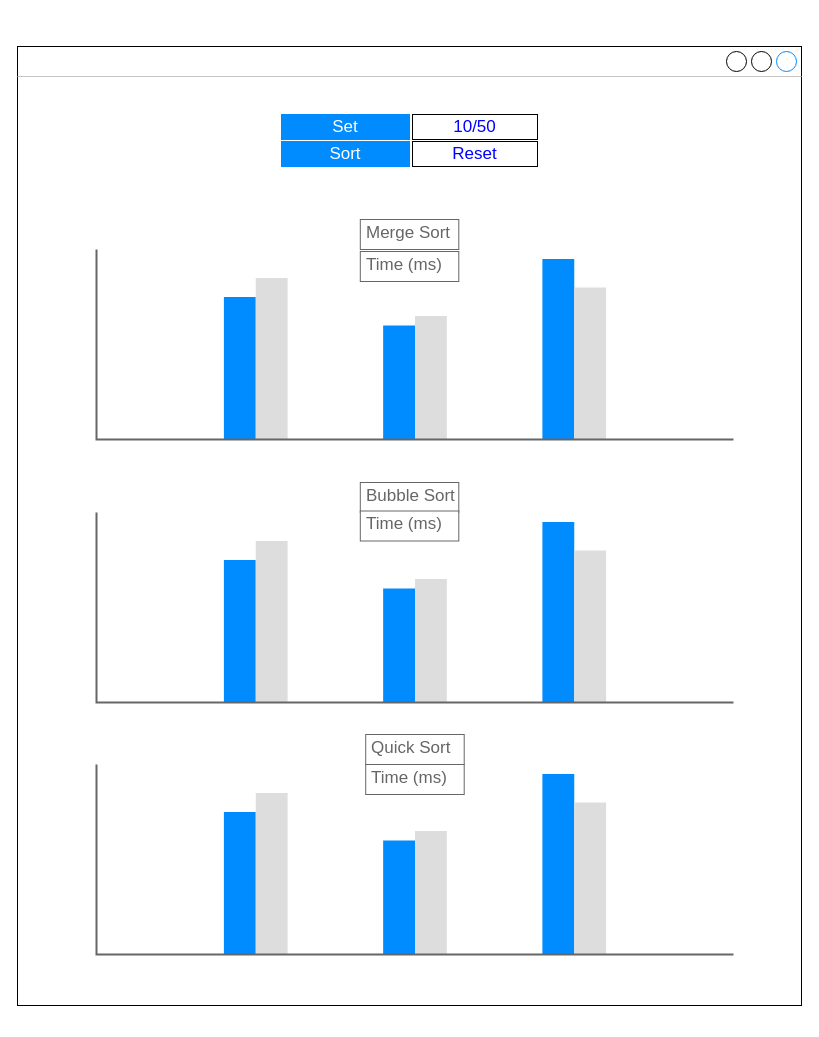
Before: Untitled Diagram.drawio in andrewasaleh/Sorting-Algorithm, a draw.io diagram. Source tidied: cells renumbered, new cells numbered last; positions are measured from the earlier drawing's top-left corner, leaving out a move shared by most shapes. Both pictures are drawn from the tidied source at 100%, with x=0, y=0 at pixel (17, 46).
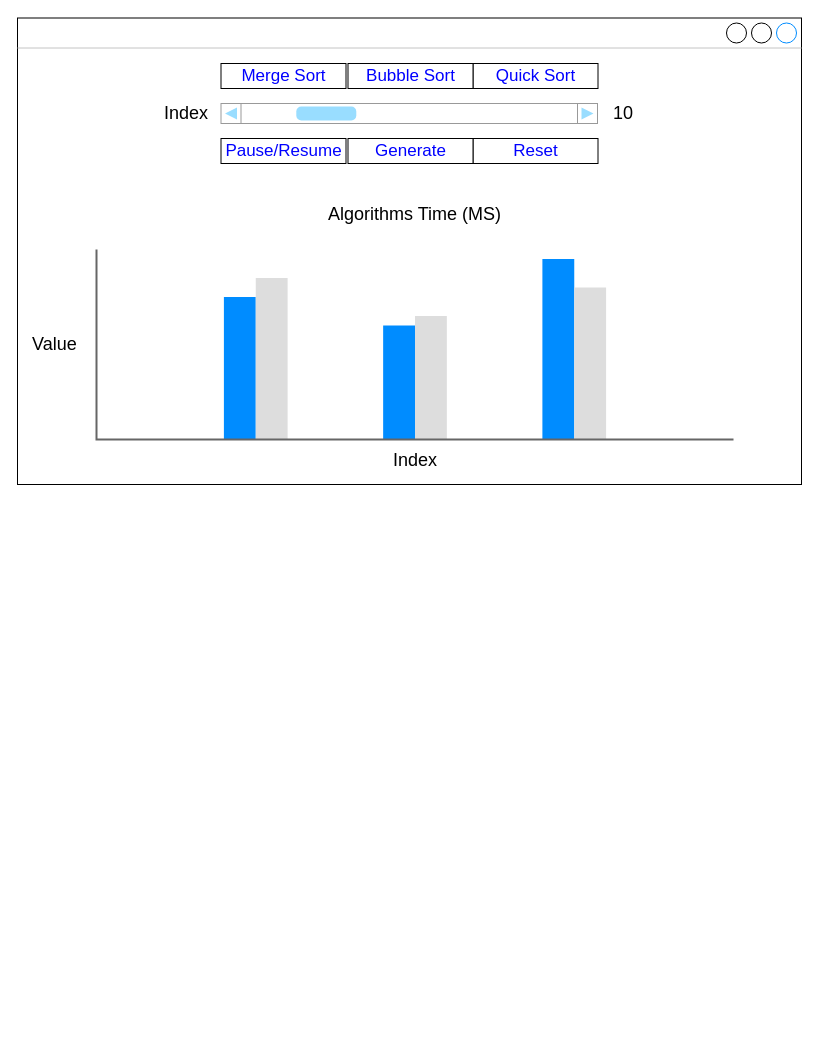
The same diagram, later.

Diff of the diagram source:
```diff
@@
 <mxGraphModel>
   <root>
     <mxCell id="0" />
     <mxCell id="1" parent="0" />
     <mxCell id="2" value="&#10;&lt;span style=&quot;color: rgba(0, 0, 0, 0); font-family: monospace; font-size: 0px; font-style: normal; font-variant-ligatures: normal; font-variant-caps: normal; font-weight: 400; letter-spacing: normal; orphans: 2; text-align: start; text-indent: 0px; text-transform: none; widows: 2; word-spacing: 0px; -webkit-text-stroke-width: 0px; background-color: rgb(255, 255, 255); text-decoration-thickness: initial; text-decoration-style: initial; text-decoration-color: initial; float: none; display: inline !important;&quot;&gt;&amp;nbsp;&lt;/span&gt;&#10;&#10;" style="strokeWidth=1;shadow=0;dashed=0;align=center;html=1;shape=mxgraph.mockup.containers.window;align=left;verticalAlign=top;spacingLeft=8;strokeColor2=#008cff;strokeColor3=#c4c4c4;fontColor=#666666;mainText=;fontSize=17;labelBackgroundColor=none;whiteSpace=wrap;" parent="1" vertex="1">
-      <mxGeometry width="784" height="959" as="geometry" />
+      <mxGeometry y="-28.5" width="784" height="466.5" as="geometry" />
     </mxCell>
     <mxCell id="3" value="Reset" style="strokeColor=inherit;fillColor=inherit;gradientColor=inherit;strokeWidth=1;shadow=0;dashed=0;align=center;html=1;shape=mxgraph.mockup.text.rrect;rSize=0;fontSize=17;fontColor=#0000ff;whiteSpace=wrap;" parent="1" vertex="1">
-      <mxGeometry x="395" y="95" width="125" height="25" as="geometry" />
+      <mxGeometry x="455.5" y="92" width="125" height="25" as="geometry" />
     </mxCell>
-    <mxCell id="4" value="10/50" style="strokeColor=inherit;fillColor=inherit;gradientColor=inherit;strokeWidth=1;shadow=0;dashed=0;align=center;html=1;shape=mxgraph.mockup.text.rrect;rSize=0;fontSize=17;fontColor=#0000ff;whiteSpace=wrap;" parent="1" vertex="1">
-      <mxGeometry x="395" y="68" width="125" height="25" as="geometry" />
-    </mxCell>
     <mxCell id="5" value="&#10;&lt;span style=&quot;color: rgba(0, 0, 0, 0); font-family: monospace; font-size: 0px; font-style: normal; font-variant-ligatures: normal; font-variant-caps: normal; font-weight: 400; letter-spacing: normal; orphans: 2; text-align: start; text-indent: 0px; text-transform: none; widows: 2; word-spacing: 0px; -webkit-text-stroke-width: 0px; background-color: rgb(255, 255, 255); text-decoration-thickness: initial; text-decoration-style: initial; text-decoration-color: initial; float: none; display: inline !important;&quot;&gt;&amp;nbsp;&lt;/span&gt;&#10;&#10;" style="verticalLabelPosition=bottom;shadow=0;dashed=0;align=center;html=1;verticalAlign=top;strokeWidth=1;shape=mxgraph.mockup.graphics.columnChart;strokeColor=none;strokeColor2=none;strokeColor3=#666666;fillColor2=#008cff;fillColor3=#dddddd;" parent="1" vertex="1">
       <mxGeometry x="79" y="203" width="637" height="190" as="geometry" />
     </mxCell>
-    <mxCell id="6" value="&#10;&lt;span style=&quot;color: rgba(0, 0, 0, 0); font-family: monospace; font-size: 0px; font-style: normal; font-variant-ligatures: normal; font-variant-caps: normal; font-weight: 400; letter-spacing: normal; orphans: 2; text-align: start; text-indent: 0px; text-transform: none; widows: 2; word-spacing: 0px; -webkit-text-stroke-width: 0px; background-color: rgb(255, 255, 255); text-decoration-thickness: initial; text-decoration-style: initial; text-decoration-color: initial; float: none; display: inline !important;&quot;&gt;&amp;nbsp;&lt;/span&gt;&#10;&#10;" style="verticalLabelPosition=bottom;shadow=0;dashed=0;align=center;html=1;verticalAlign=top;strokeWidth=1;shape=mxgraph.mockup.graphics.columnChart;strokeColor=none;strokeColor2=none;strokeColor3=#666666;fillColor2=#008cff;fillColor3=#dddddd;" parent="1" vertex="1">
-      <mxGeometry x="79" y="466" width="637" height="190" as="geometry" />
-    </mxCell>
-    <mxCell id="7" value="&#10;&lt;span style=&quot;color: rgba(0, 0, 0, 0); font-family: monospace; font-size: 0px; font-style: normal; font-variant-ligatures: normal; font-variant-caps: normal; font-weight: 400; letter-spacing: normal; orphans: 2; text-align: start; text-indent: 0px; text-transform: none; widows: 2; word-spacing: 0px; -webkit-text-stroke-width: 0px; background-color: rgb(255, 255, 255); text-decoration-thickness: initial; text-decoration-style: initial; text-decoration-color: initial; float: none; display: inline !important;&quot;&gt;&amp;nbsp;&lt;/span&gt;&#10;&#10;" style="verticalLabelPosition=bottom;shadow=0;dashed=0;align=center;html=1;verticalAlign=top;strokeWidth=1;shape=mxgraph.mockup.graphics.columnChart;strokeColor=none;strokeColor2=none;strokeColor3=#666666;fillColor2=#008cff;fillColor3=#dddddd;" parent="1" vertex="1">
-      <mxGeometry x="79" y="718" width="637" height="190" as="geometry" />
-    </mxCell>
+    <mxCell id="16" value="Generate" style="strokeColor=inherit;fillColor=inherit;gradientColor=inherit;strokeWidth=1;shadow=0;dashed=0;align=center;html=1;shape=mxgraph.mockup.text.rrect;rSize=0;fontSize=17;fontColor=#0000ff;whiteSpace=wrap;" parent="1" vertex="1">
+      <mxGeometry x="330.5" y="92" width="125" height="25" as="geometry" />
+    </mxCell>
+    <mxCell id="17" value="Pause/Resume" style="strokeColor=inherit;fillColor=inherit;gradientColor=inherit;strokeWidth=1;shadow=0;dashed=0;align=center;html=1;shape=mxgraph.mockup.text.rrect;rSize=0;fontSize=17;fontColor=#0000ff;whiteSpace=wrap;" parent="1" vertex="1">
+      <mxGeometry x="203.5" y="92" width="125" height="25" as="geometry" />
+    </mxCell>
+    <mxCell id="10" value="Quick Sort" style="strokeColor=inherit;fillColor=inherit;gradientColor=inherit;strokeWidth=1;shadow=0;dashed=0;align=center;html=1;shape=mxgraph.mockup.text.rrect;rSize=0;fontSize=17;fontColor=#0000ff;whiteSpace=wrap;" parent="1" vertex="1">
+      <mxGeometry x="455.5" y="17" width="125" height="25" as="geometry" />
+    </mxCell>
+    <mxCell id="9" value="Bubble Sort" style="strokeColor=inherit;fillColor=inherit;gradientColor=inherit;strokeWidth=1;shadow=0;dashed=0;align=center;html=1;shape=mxgraph.mockup.text.rrect;rSize=0;fontSize=17;fontColor=#0000ff;whiteSpace=wrap;" parent="1" vertex="1">
+      <mxGeometry x="330.5" y="17" width="125" height="25" as="geometry" />
+    </mxCell>
-    <mxCell id="8" value="Merge Sort" style="strokeWidth=1;shadow=0;dashed=0;align=center;html=1;shape=mxgraph.mockup.text.textBox;fontColor=#666666;align=left;fontSize=17;spacingLeft=4;spacingTop=-3;whiteSpace=wrap;strokeColor=#666666;mainText=;" parent="1" vertex="1">
-      <mxGeometry x="342.8" y="173" width="98.5" height="30" as="geometry" />
+    <mxCell id="8" value="Merge Sort" style="strokeColor=inherit;fillColor=inherit;gradientColor=inherit;strokeWidth=1;shadow=0;dashed=0;align=center;html=1;shape=mxgraph.mockup.text.rrect;rSize=0;fontSize=17;fontColor=#0000ff;whiteSpace=wrap;" parent="1" vertex="1">
+      <mxGeometry x="203.5" y="17" width="125" height="25" as="geometry" />
     </mxCell>
-    <mxCell id="9" value="Bubble Sort" style="strokeWidth=1;shadow=0;dashed=0;align=center;html=1;shape=mxgraph.mockup.text.textBox;fontColor=#666666;align=left;fontSize=17;spacingLeft=4;spacingTop=-3;whiteSpace=wrap;strokeColor=#666666;mainText=;" parent="1" vertex="1">
-      <mxGeometry x="342.8" y="436" width="98.5" height="30" as="geometry" />
-    </mxCell>
-    <mxCell id="10" value="Quick Sort" style="strokeWidth=1;shadow=0;dashed=0;align=center;html=1;shape=mxgraph.mockup.text.textBox;fontColor=#666666;align=left;fontSize=17;spacingLeft=4;spacingTop=-3;whiteSpace=wrap;strokeColor=#666666;mainText=;" parent="1" vertex="1">
-      <mxGeometry x="348.2" y="688" width="98.5" height="30" as="geometry" />
-    </mxCell>
-    <mxCell id="11" value="Time (ms)" style="strokeWidth=1;shadow=0;dashed=0;align=center;html=1;shape=mxgraph.mockup.text.textBox;fontColor=#666666;align=left;fontSize=17;spacingLeft=4;spacingTop=-3;whiteSpace=wrap;strokeColor=#666666;mainText=;" parent="1" vertex="1">
-      <mxGeometry x="342.8" y="205" width="98.5" height="30" as="geometry" />
-    </mxCell>
-    <mxCell id="12" value="Time (ms)" style="strokeWidth=1;shadow=0;dashed=0;align=center;html=1;shape=mxgraph.mockup.text.textBox;fontColor=#666666;align=left;fontSize=17;spacingLeft=4;spacingTop=-3;whiteSpace=wrap;strokeColor=#666666;mainText=;" parent="1" vertex="1">
-      <mxGeometry x="342.8" y="464.5" width="98.5" height="30" as="geometry" />
-    </mxCell>
-    <mxCell id="13" value="Time (ms)" style="strokeWidth=1;shadow=0;dashed=0;align=center;html=1;shape=mxgraph.mockup.text.textBox;fontColor=#666666;align=left;fontSize=17;spacingLeft=4;spacingTop=-3;whiteSpace=wrap;strokeColor=#666666;mainText=;" parent="1" vertex="1">
-      <mxGeometry x="348.2" y="718" width="98.5" height="30" as="geometry" />
-    </mxCell>
-    <mxCell id="14" value="Sort" style="strokeWidth=1;shadow=0;dashed=0;align=center;html=1;shape=mxgraph.mockup.text.rrect;rSize=0;fontSize=17;fontColor=#ffffff;fillColor=#008cff;strokeColor=#008cff;whiteSpace=wrap;" parent="1" vertex="1">
-      <mxGeometry x="264" y="95" width="128" height="25" as="geometry" />
-    </mxCell>
-    <mxCell id="15" value="Set" style="strokeWidth=1;shadow=0;dashed=0;align=center;html=1;shape=mxgraph.mockup.text.rrect;rSize=0;fontSize=17;fontColor=#ffffff;fillColor=#008cff;strokeColor=#008cff;whiteSpace=wrap;" parent="1" vertex="1">
-      <mxGeometry x="264" y="68" width="128" height="25" as="geometry" />
-    </mxCell>
+    <mxCell id="18" value="&lt;font style=&quot;font-size: 18px;&quot;&gt;Algorithms Time (MS)&lt;/font&gt;" style="text;strokeColor=none;fillColor=none;align=left;verticalAlign=middle;spacingLeft=4;spacingRight=4;overflow=hidden;whiteSpace=wrap;html=1;" parent="1" vertex="1">
+      <mxGeometry x="304.5" y="153" width="186" height="30" as="geometry" />
+    </mxCell>
+    <mxCell id="19" style="verticalLabelPosition=bottom;shadow=0;dashed=0;align=center;html=1;verticalAlign=top;strokeWidth=1;shape=mxgraph.mockup.navigation.scrollBar;strokeColor=#999999;barPos=20;fillColor2=#99ddff;strokeColor2=none;" parent="1" vertex="1">
+      <mxGeometry x="203.5" y="57" width="376.5" height="20" as="geometry" />
+    </mxCell>
+    <mxCell id="20" value="&lt;font style=&quot;font-size: 18px;&quot;&gt;10&lt;/font&gt;" style="text;strokeColor=none;fillColor=none;align=left;verticalAlign=middle;spacingLeft=4;spacingRight=4;overflow=hidden;whiteSpace=wrap;html=1;" parent="1" vertex="1">
+      <mxGeometry x="590" y="52" width="36" height="30" as="geometry" />
+    </mxCell>
+    <mxCell id="21" value="&lt;font style=&quot;font-size: 18px;&quot;&gt;Index&lt;/font&gt;" style="text;strokeColor=none;fillColor=none;align=left;verticalAlign=middle;spacingLeft=4;spacingRight=4;overflow=hidden;whiteSpace=wrap;html=1;" parent="1" vertex="1">
+      <mxGeometry x="141" y="52" width="55" height="30" as="geometry" />
+    </mxCell>
+    <mxCell id="22" value="&lt;font style=&quot;font-size: 18px;&quot;&gt;Index&lt;/font&gt;" style="text;strokeColor=none;fillColor=none;align=left;verticalAlign=middle;spacingLeft=4;spacingRight=4;overflow=hidden;whiteSpace=wrap;html=1;" parent="1" vertex="1">
+      <mxGeometry x="370" y="399" width="55" height="30" as="geometry" />
+    </mxCell>
+    <mxCell id="23" value="&lt;font style=&quot;font-size: 18px;&quot;&gt;Value&lt;/font&gt;" style="text;strokeColor=none;fillColor=none;align=left;verticalAlign=middle;spacingLeft=4;spacingRight=4;overflow=hidden;whiteSpace=wrap;html=1;" parent="1" vertex="1">
+      <mxGeometry x="9" y="283" width="55" height="30" as="geometry" />
+    </mxCell>
   </root>
 </mxGraphModel>
```
